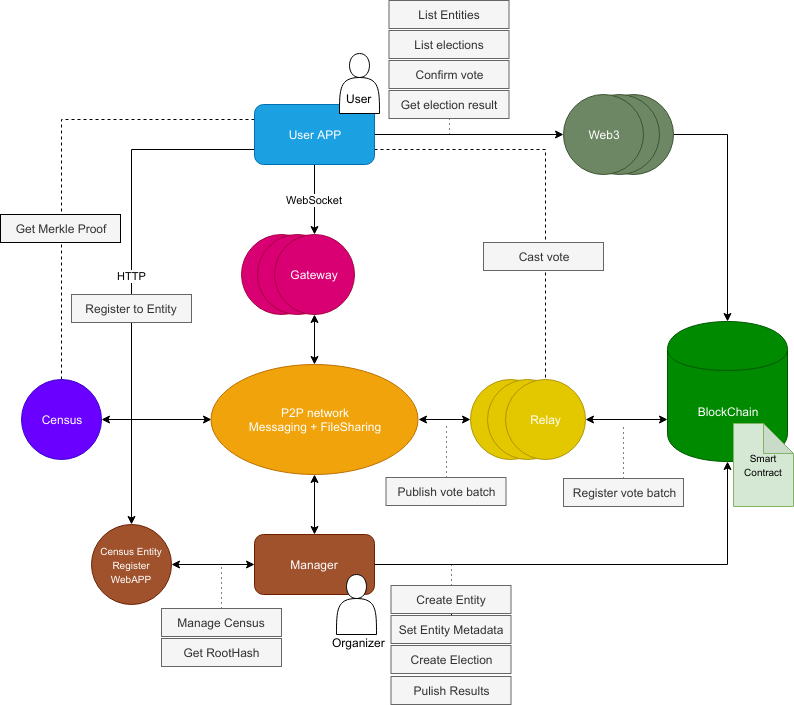
Before: docs/architecture/architecture-main.png, a diagram exported from draw.io (vocdoni/docs). Source tidied: cells renumbered, new cells last; positions are measured from the earlier drawing's top-left corner, leaving out a move shared by most shapes.
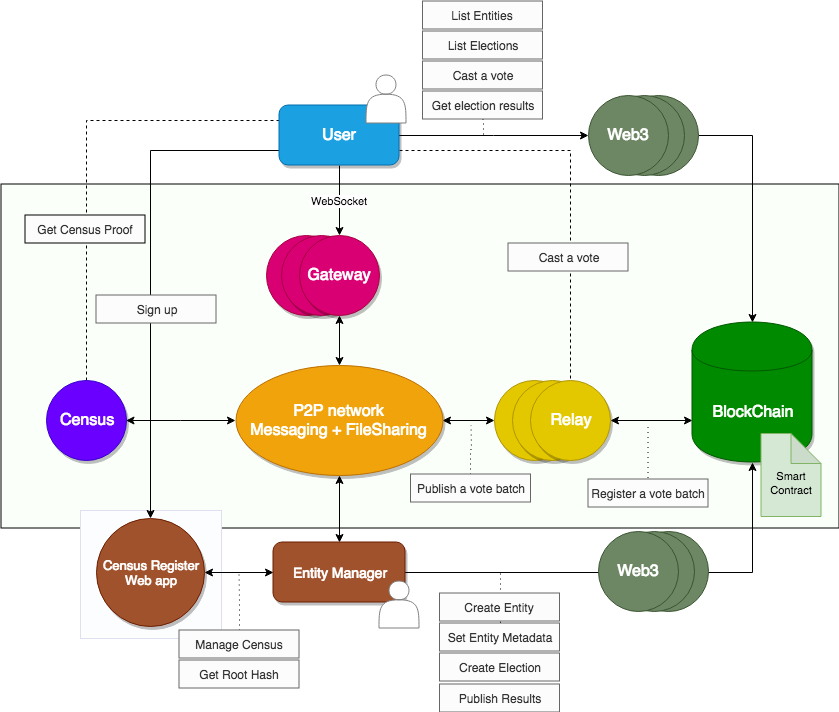
After the commit.

Commit message:
Improve the architecture diagram

Diff of the diagram source:
```diff
@@ -4,2 +4,8 @@
     <mxCell id="1" parent="0" />
+    <mxCell id="56" style="rounded=0;whiteSpace=wrap;html=1;fillColor=#FBFFFA;" parent="1" vertex="1">
+      <mxGeometry x="12.5" y="330.5" width="838" height="344" as="geometry" />
+    </mxCell>
+    <mxCell id="57" style="rounded=0;whiteSpace=wrap;html=1;fillColor=#FCFDFF;strokeColor=#DFDFF0;" parent="1" vertex="1">
+      <mxGeometry x="92" y="657" width="141" height="128" as="geometry" />
+    </mxCell>
     <mxCell id="2" style="edgeStyle=orthogonalEdgeStyle;rounded=0;jettySize=auto;html=1;exitX=1;exitY=0.5;exitDx=0;exitDy=0;entryX=0.5;entryY=0;entryDx=0;entryDy=0;startArrow=none;startFill=0;endArrow=classic;endFill=1;" parent="1" edge="1" source="3" target="25">
@@ -8,6 +14,6 @@
     <mxCell id="3" style="ellipse;whiteSpace=wrap;html=1;fillColor=#6d8764;strokeColor=#3A5431;fontColor=#ffffff;" parent="1" vertex="1">
-      <mxGeometry x="593" y="94" width="80" height="80" as="geometry" />
+      <mxGeometry x="629.5" y="241.5" width="80" height="80" as="geometry" />
     </mxCell>
     <mxCell id="4" style="ellipse;whiteSpace=wrap;html=1;fillColor=#6d8764;strokeColor=#3A5431;fontColor=#ffffff;" parent="1" vertex="1">
-      <mxGeometry x="579" y="94" width="80" height="80" as="geometry" />
+      <mxGeometry x="615.5" y="241.5" width="80" height="80" as="geometry" />
     </mxCell>
@@ -16,13 +22,13 @@
     </mxCell>
-    <mxCell id="6" style="ellipse;whiteSpace=wrap;html=1;fillColor=#e3c800;strokeColor=#B09500;fontColor=#ffffff;" parent="1" vertex="1">
-      <mxGeometry x="469.5" y="379" width="80" height="80" as="geometry" />
+    <mxCell id="6" style="ellipse;whiteSpace=wrap;html=1;fillColor=#e3c800;strokeColor=#B09500;fontColor=#ffffff;shadow=1;" parent="1" vertex="1">
+      <mxGeometry x="506" y="526.5" width="80" height="80" as="geometry" />
     </mxCell>
-    <mxCell id="7" style="ellipse;whiteSpace=wrap;html=1;fillColor=#e3c800;strokeColor=#B09500;fontColor=#ffffff;" parent="1" vertex="1">
-      <mxGeometry x="487" y="379" width="80" height="80" as="geometry" />
+    <mxCell id="7" style="ellipse;whiteSpace=wrap;html=1;fillColor=#e3c800;strokeColor=#B09500;fontColor=#ffffff;shadow=1;" parent="1" vertex="1">
+      <mxGeometry x="523.5" y="526.5" width="80" height="80" as="geometry" />
     </mxCell>
-    <mxCell id="8" style="ellipse;whiteSpace=wrap;html=1;fillColor=#d80073;strokeColor=#A50040;fontColor=#ffffff;" parent="1" vertex="1">
-      <mxGeometry x="241" y="234" width="80" height="80" as="geometry" />
+    <mxCell id="8" style="ellipse;whiteSpace=wrap;html=1;fillColor=#d80073;strokeColor=#A50040;fontColor=#ffffff;shadow=1;" parent="1" vertex="1">
+      <mxGeometry x="277.5" y="381.5" width="80" height="80" as="geometry" />
     </mxCell>
-    <mxCell id="9" style="ellipse;whiteSpace=wrap;html=1;fillColor=#d80073;strokeColor=#A50040;fontColor=#ffffff;" parent="1" vertex="1">
-      <mxGeometry x="257" y="234" width="80" height="80" as="geometry" />
+    <mxCell id="9" style="ellipse;whiteSpace=wrap;html=1;fillColor=#d80073;strokeColor=#A50040;fontColor=#ffffff;shadow=1;" parent="1" vertex="1">
+      <mxGeometry x="292.5" y="381.5" width="80" height="80" as="geometry" />
     </mxCell>
@@ -34,3 +40,3 @@
     </mxCell>
-    <mxCell id="12" value="HTTP" style="edgeStyle=orthogonalEdgeStyle;rounded=0;jettySize=auto;html=1;exitX=0;exitY=0.75;exitDx=0;exitDy=0;entryX=0.5;entryY=0;entryDx=0;entryDy=0;" parent="1" edge="1" source="15" target="31">
+    <mxCell id="12" style="edgeStyle=orthogonalEdgeStyle;rounded=0;jettySize=auto;html=1;exitX=0;exitY=0.75;exitDx=0;exitDy=0;entryX=0.5;entryY=0;entryDx=0;entryDy=0;" parent="1" edge="1" source="15" target="31">
       <mxGeometry relative="1" as="geometry" />
@@ -43,4 +49,4 @@
     </mxCell>
-    <mxCell id="15" value="User APP" style="rounded=1;whiteSpace=wrap;html=1;fillColor=#1ba1e2;strokeColor=#006EAF;fontColor=#ffffff;" parent="1" vertex="1">
-      <mxGeometry x="254" y="104" width="120" height="60" as="geometry" />
+    <mxCell id="15" value="&lt;font style=&quot;font-size: 16px&quot;&gt;User&lt;/font&gt;" style="rounded=1;whiteSpace=wrap;html=1;fillColor=#1ba1e2;strokeColor=#006EAF;fontColor=#ffffff;shadow=1;" parent="1" vertex="1">
+      <mxGeometry x="290.5" y="251.5" width="120" height="60" as="geometry" />
     </mxCell>
@@ -49,4 +55,4 @@
     </mxCell>
-    <mxCell id="17" value="Census" style="ellipse;whiteSpace=wrap;html=1;fillColor=#6a00ff;strokeColor=#3700CC;fontColor=#ffffff;" parent="1" vertex="1">
-      <mxGeometry x="21" y="379" width="80" height="80" as="geometry" />
+    <mxCell id="17" value="&lt;font style=&quot;font-size: 16px&quot;&gt;Census&lt;/font&gt;" style="ellipse;whiteSpace=wrap;html=1;fillColor=#6a00ff;strokeColor=#3700CC;fontColor=#ffffff;shadow=1;" parent="1" vertex="1">
+      <mxGeometry x="57.5" y="526.5" width="80" height="80" as="geometry" />
     </mxCell>
@@ -58,4 +64,4 @@
     </mxCell>
-    <mxCell id="20" value="Manager" style="rounded=1;whiteSpace=wrap;html=1;fillColor=#a0522d;strokeColor=#6D1F00;fontColor=#ffffff;" parent="1" vertex="1">
-      <mxGeometry x="254" y="534" width="120" height="60" as="geometry" />
+    <mxCell id="20" value="&lt;font style=&quot;font-size: 14px&quot;&gt;Entity Manager&lt;/font&gt;" style="rounded=1;whiteSpace=wrap;html=1;fillColor=#a0522d;strokeColor=#6D1F00;fontColor=#ffffff;shadow=1;" parent="1" vertex="1">
+      <mxGeometry x="284.5" y="688.5" width="132" height="60" as="geometry" />
     </mxCell>
@@ -64,4 +70,4 @@
     </mxCell>
-    <mxCell id="22" value="Relay" style="ellipse;whiteSpace=wrap;html=1;fillColor=#e3c800;strokeColor=#B09500;fontColor=#ffffff;" parent="1" vertex="1">
-      <mxGeometry x="505" y="379" width="80" height="80" as="geometry" />
+    <mxCell id="22" value="&lt;font style=&quot;font-size: 16px&quot;&gt;Relay&lt;/font&gt;" style="ellipse;whiteSpace=wrap;html=1;fillColor=#e3c800;strokeColor=#B09500;fontColor=#ffffff;shadow=1;" parent="1" vertex="1">
+      <mxGeometry x="541.5" y="526.5" width="80" height="80" as="geometry" />
     </mxCell>
@@ -70,19 +76,19 @@
     </mxCell>
-    <mxCell id="24" value="Gateway" style="ellipse;whiteSpace=wrap;html=1;fillColor=#d80073;strokeColor=#A50040;fontColor=#ffffff;" parent="1" vertex="1">
-      <mxGeometry x="274" y="234" width="80" height="80" as="geometry" />
+    <mxCell id="24" value="&lt;font style=&quot;font-size: 16px&quot;&gt;Gateway&lt;/font&gt;" style="ellipse;whiteSpace=wrap;html=1;fillColor=#d80073;strokeColor=#A50040;fontColor=#ffffff;shadow=1;" parent="1" vertex="1">
+      <mxGeometry x="310.5" y="381.5" width="80" height="80" as="geometry" />
     </mxCell>
-    <mxCell id="25" value="BlockChain" style="shape=cylinder;whiteSpace=wrap;html=1;boundedLbl=1;backgroundOutline=1;fillColor=#008a00;strokeColor=#005700;fontColor=#ffffff;" parent="1" vertex="1">
-      <mxGeometry x="667" y="321" width="120" height="140" as="geometry" />
+    <mxCell id="25" value="&lt;font style=&quot;font-size: 16px&quot;&gt;BlockChain&lt;/font&gt;" style="shape=cylinder;whiteSpace=wrap;html=1;boundedLbl=1;backgroundOutline=1;fillColor=#008a00;strokeColor=#005700;fontColor=#ffffff;shadow=1;" parent="1" vertex="1">
+      <mxGeometry x="703.5" y="468.5" width="120" height="140" as="geometry" />
     </mxCell>
-    <mxCell id="26" value="P2P network&lt;br&gt;Messaging + FileSharing&lt;br&gt;" style="ellipse;whiteSpace=wrap;html=1;fillColor=#f0a30a;strokeColor=#BD7000;fontColor=#ffffff;" parent="1" vertex="1">
-      <mxGeometry x="210.5" y="364" width="207" height="110" as="geometry" />
+    <mxCell id="26" value="&lt;font style=&quot;font-size: 16px&quot;&gt;P2P network&lt;br&gt;Messaging + FileSharing&lt;/font&gt;&lt;br&gt;" style="ellipse;whiteSpace=wrap;html=1;fillColor=#f0a30a;strokeColor=#BD7000;fontColor=#ffffff;shadow=1;" parent="1" vertex="1">
+      <mxGeometry x="247" y="511.5" width="207" height="110" as="geometry" />
     </mxCell>
-    <mxCell id="27" value="Web3" style="ellipse;whiteSpace=wrap;html=1;fillColor=#6d8764;strokeColor=#3A5431;fontColor=#ffffff;" parent="1" vertex="1">
-      <mxGeometry x="563" y="94" width="80" height="80" as="geometry" />
+    <mxCell id="27" value="&lt;font style=&quot;font-size: 16px&quot;&gt;Web3&lt;/font&gt;" style="ellipse;whiteSpace=wrap;html=1;fillColor=#6d8764;strokeColor=#3A5431;fontColor=#ffffff;" parent="1" vertex="1">
+      <mxGeometry x="599.5" y="241.5" width="80" height="80" as="geometry" />
     </mxCell>
-    <mxCell id="28" value="Get Merkle Proof" style="rounded=0;whiteSpace=wrap;html=1;fillColor=#f5f5f5;strokeColor=#000000;fontColor=#333333;" parent="1" vertex="1">
-      <mxGeometry y="214" width="120" height="28" as="geometry" />
+    <mxCell id="28" value="Get Census Proof" style="rounded=0;whiteSpace=wrap;html=1;fillColor=#FCFCFC;strokeColor=#000000;fontColor=#333333;fontStyle=0;" parent="1" vertex="1">
+      <mxGeometry x="36.5" y="361.5" width="120" height="28" as="geometry" />
     </mxCell>
-    <mxCell id="29" value="Register to Entity" style="rounded=0;whiteSpace=wrap;html=1;fillColor=#f5f5f5;strokeColor=#666666;fontColor=#333333;" parent="1" vertex="1">
-      <mxGeometry x="71" y="294" width="120" height="28" as="geometry" />
+    <mxCell id="29" value="Sign up" style="rounded=0;whiteSpace=wrap;html=1;fillColor=#FCFCFC;strokeColor=#666666;fontColor=#333333;fontStyle=0;" parent="1" vertex="1">
+      <mxGeometry x="107.5" y="441.5" width="120" height="28" as="geometry" />
     </mxCell>
@@ -91,24 +97,18 @@
     </mxCell>
-    <mxCell id="31" value="&lt;font style=&quot;font-size: 10px&quot;&gt;Census Entity Register&lt;br&gt;WebAPP&lt;/font&gt;&lt;br&gt;" style="ellipse;whiteSpace=wrap;html=1;fillColor=#a0522d;strokeColor=#6D1F00;fontColor=#ffffff;" parent="1" vertex="1">
-      <mxGeometry x="91" y="524" width="80" height="80" as="geometry" />
+    <mxCell id="31" value="&lt;font style=&quot;font-size: 13px&quot;&gt;Census Register&lt;br&gt;Web app&lt;/font&gt;&lt;br&gt;" style="ellipse;whiteSpace=wrap;html=1;fillColor=#a0522d;strokeColor=#6D1F00;fontColor=#ffffff;shadow=1;" parent="1" vertex="1">
+      <mxGeometry x="107.5" y="664.5" width="108" height="108" as="geometry" />
     </mxCell>
-    <mxCell id="32" style="shape=actor;whiteSpace=wrap;html=1;strokeColor=#000000;" parent="1" vertex="1">
-      <mxGeometry x="336" y="574" width="40" height="60" as="geometry" />
+    <mxCell id="32" style="shape=actor;whiteSpace=wrap;html=1;strokeColor=#808080;" parent="1" vertex="1">
+      <mxGeometry x="390.5" y="727.5" width="40" height="47" as="geometry" />
     </mxCell>
-    <mxCell id="33" value="Organizer" style="text;html=1;align=left;verticalAlign=top;spacingTop=-4;" parent="1" vertex="1">
-      <mxGeometry x="330" y="633" width="70" height="20" as="geometry" />
-    </mxCell>
-    <mxCell id="34" style="shape=actor;whiteSpace=wrap;html=1;strokeColor=#000000;" parent="1" vertex="1">
-      <mxGeometry x="339" y="53" width="40" height="60" as="geometry" />
+    <mxCell id="34" style="shape=actor;whiteSpace=wrap;html=1;strokeColor=#808080;" parent="1" vertex="1">
+      <mxGeometry x="377.5" y="221.5" width="40" height="48" as="geometry" />
     </mxCell>
-    <mxCell id="35" value="User" style="text;html=1;align=left;verticalAlign=top;spacingTop=-4;" parent="1" vertex="1">
-      <mxGeometry x="344" y="89" width="40" height="20" as="geometry" />
-    </mxCell>
     <mxCell id="36" style="edgeStyle=orthogonalEdgeStyle;rounded=0;jettySize=auto;html=1;exitX=0.5;exitY=0;exitDx=0;exitDy=0;startArrow=none;startFill=0;endArrow=none;endFill=0;dashed=1;dashPattern=1 4;" parent="1" edge="1" source="37">
       <mxGeometry relative="1" as="geometry">
-        <mxPoint x="221" y="564" as="targetPoint" />
+        <mxPoint x="250.5" y="718.5" as="targetPoint" />
       </mxGeometry>
     </mxCell>
-    <mxCell id="37" value="Manage Census" style="rounded=0;whiteSpace=wrap;html=1;fillColor=#f5f5f5;strokeColor=#666666;fontColor=#333333;" parent="1" vertex="1">
-      <mxGeometry x="161" y="608" width="120" height="28" as="geometry" />
+    <mxCell id="37" value="Manage Census" style="rounded=0;whiteSpace=wrap;html=1;fillColor=#FCFCFC;strokeColor=#666666;fontColor=#333333;fontStyle=0;" parent="1" vertex="1">
+      <mxGeometry x="190.5" y="776.5" width="120" height="28" as="geometry" />
     </mxCell>
@@ -116,22 +116,22 @@
       <mxGeometry relative="1" as="geometry">
-        <mxPoint x="451" y="594" as="targetPoint" />
+        <mxPoint x="511.5" y="748.5" as="targetPoint" />
       </mxGeometry>
     </mxCell>
-    <mxCell id="39" value="Set Entity Metadata" style="rounded=0;whiteSpace=wrap;html=1;fillColor=#f5f5f5;strokeColor=#666666;fontColor=#333333;" parent="1" vertex="1">
-      <mxGeometry x="390.5" y="615" width="120" height="28" as="geometry" />
+    <mxCell id="39" value="Set Entity Metadata" style="rounded=0;whiteSpace=wrap;html=1;fillColor=#FCFCFC;strokeColor=#666666;fontColor=#333333;fontStyle=0;" parent="1" vertex="1">
+      <mxGeometry x="451" y="769.5" width="120" height="28" as="geometry" />
     </mxCell>
-    <mxCell id="40" value="Create Election" style="rounded=0;whiteSpace=wrap;html=1;fillColor=#f5f5f5;strokeColor=#666666;fontColor=#333333;" parent="1" vertex="1">
-      <mxGeometry x="390.5" y="645" width="120" height="28" as="geometry" />
+    <mxCell id="40" value="Create Election" style="rounded=0;whiteSpace=wrap;html=1;fillColor=#FCFCFC;strokeColor=#666666;fontColor=#333333;fontStyle=0;" parent="1" vertex="1">
+      <mxGeometry x="451" y="799.5" width="120" height="28" as="geometry" />
     </mxCell>
-    <mxCell id="41" value="Pulish Results" style="rounded=0;whiteSpace=wrap;html=1;fillColor=#f5f5f5;strokeColor=#666666;fontColor=#333333;" parent="1" vertex="1">
-      <mxGeometry x="390.5" y="676" width="120" height="28" as="geometry" />
+    <mxCell id="41" value="Publish Results" style="rounded=0;whiteSpace=wrap;html=1;fillColor=#FCFCFC;strokeColor=#666666;fontColor=#333333;fontStyle=0;" parent="1" vertex="1">
+      <mxGeometry x="451" y="830.5" width="120" height="28" as="geometry" />
     </mxCell>
-    <mxCell id="42" value="List Entities" style="rounded=0;whiteSpace=wrap;html=1;fillColor=#f5f5f5;strokeColor=#666666;fontColor=#333333;" parent="1" vertex="1">
-      <mxGeometry x="388.5" width="120" height="28" as="geometry" />
+    <mxCell id="42" value="List Entities" style="rounded=0;whiteSpace=wrap;html=1;fillColor=#FCFCFC;strokeColor=#666666;fontColor=#333333;fontStyle=0;" parent="1" vertex="1">
+      <mxGeometry x="434" y="147.5" width="120" height="28" as="geometry" />
     </mxCell>
-    <mxCell id="43" value="List elections" style="rounded=0;whiteSpace=wrap;html=1;fillColor=#f5f5f5;strokeColor=#666666;fontColor=#333333;" parent="1" vertex="1">
-      <mxGeometry x="388.5" y="30" width="120" height="28" as="geometry" />
+    <mxCell id="43" value="List Elections" style="rounded=0;whiteSpace=wrap;html=1;fillColor=#FCFCFC;strokeColor=#666666;fontColor=#333333;fontStyle=0;" parent="1" vertex="1">
+      <mxGeometry x="434" y="177.5" width="120" height="28" as="geometry" />
     </mxCell>
-    <mxCell id="44" value="Confirm vote" style="rounded=0;whiteSpace=wrap;html=1;fillColor=#f5f5f5;strokeColor=#666666;fontColor=#333333;" parent="1" vertex="1">
-      <mxGeometry x="388.5" y="60" width="120" height="28" as="geometry" />
+    <mxCell id="44" value="Cast a vote" style="rounded=0;whiteSpace=wrap;html=1;fillColor=#FCFCFC;strokeColor=#666666;fontColor=#333333;fontStyle=0;" parent="1" vertex="1">
+      <mxGeometry x="434" y="207.5" width="120" height="28" as="geometry" />
     </mxCell>
@@ -139,21 +139,22 @@
       <mxGeometry relative="1" as="geometry">
-        <mxPoint x="449" y="134" as="targetPoint" />
+        <mxPoint x="494.5" y="281.5" as="targetPoint" />
       </mxGeometry>
     </mxCell>
-    <mxCell id="46" value="Get election result" style="rounded=0;whiteSpace=wrap;html=1;fillColor=#f5f5f5;strokeColor=#666666;fontColor=#333333;" parent="1" vertex="1">
-      <mxGeometry x="388.5" y="90" width="120" height="28" as="geometry" />
+    <mxCell id="46" value="Get election results" style="rounded=0;whiteSpace=wrap;html=1;fillColor=#FCFCFC;strokeColor=#666666;fontColor=#333333;fontStyle=0;" parent="1" vertex="1">
+      <mxGeometry x="434" y="237.5" width="120" height="28" as="geometry" />
     </mxCell>
-    <mxCell id="47" value="Cast vote" style="rounded=0;whiteSpace=wrap;html=1;fillColor=#f5f5f5;strokeColor=#666666;fontColor=#333333;" parent="1" vertex="1">
-      <mxGeometry x="483" y="242" width="120" height="28" as="geometry" />
+    <mxCell id="47" value="Cast a vote" style="rounded=0;whiteSpace=wrap;html=1;fillColor=#FCFCFC;strokeColor=#666666;fontColor=#333333;fontStyle=0;" parent="1" vertex="1">
+      <mxGeometry x="519.5" y="389.5" width="120" height="28" as="geometry" />
     </mxCell>
-    <mxCell id="48" value="Get RootHash" style="rounded=0;whiteSpace=wrap;html=1;fillColor=#f5f5f5;strokeColor=#666666;fontColor=#333333;" parent="1" vertex="1">
-      <mxGeometry x="161" y="638" width="120" height="28" as="geometry" />
+    <mxCell id="48" value="Get Root Hash" style="rounded=0;whiteSpace=wrap;html=1;fillColor=#FCFCFC;strokeColor=#666666;fontColor=#333333;fontStyle=0;" parent="1" vertex="1">
+      <mxGeometry x="190.5" y="806.5" width="120" height="28" as="geometry" />
     </mxCell>
-    <mxCell id="49" style="edgeStyle=orthogonalEdgeStyle;rounded=0;jettySize=auto;html=1;exitX=0.5;exitY=0;exitDx=0;exitDy=0;dashed=1;startArrow=none;startFill=0;endArrow=none;endFill=0;dashPattern=1 4;" parent="1" edge="1" source="50">
+    <mxCell id="49" style="edgeStyle=orthogonalEdgeStyle;rounded=0;orthogonalLoop=1;jettySize=auto;html=1;exitX=0.5;exitY=0;exitDx=0;exitDy=0;dashed=1;startArrow=none;startFill=0;endArrow=none;endFill=0;dashPattern=1 4;" parent="1" edge="1">
       <mxGeometry relative="1" as="geometry">
-        <mxPoint x="623" y="424" as="targetPoint" />
+        <mxPoint x="659.5" y="624.5" as="sourcePoint" />
+        <mxPoint x="659.5" y="570.5" as="targetPoint" />
       </mxGeometry>
     </mxCell>
-    <mxCell id="50" value="Register vote batch" style="rounded=0;whiteSpace=wrap;html=1;fillColor=#f5f5f5;strokeColor=#666666;fontColor=#333333;" parent="1" vertex="1">
-      <mxGeometry x="563" y="478" width="120" height="28" as="geometry" />
+    <mxCell id="50" value="Register a vote batch" style="rounded=0;whiteSpace=wrap;html=1;fillColor=#FCFCFC;strokeColor=#666666;fontColor=#333333;fontStyle=0;" parent="1" vertex="1">
+      <mxGeometry x="599.5" y="625.5" width="120" height="28" as="geometry" />
     </mxCell>
@@ -161,7 +162,7 @@
       <mxGeometry relative="1" as="geometry">
-        <mxPoint x="446" y="424" as="targetPoint" />
+        <mxPoint x="482.5" y="571.5" as="targetPoint" />
       </mxGeometry>
     </mxCell>
-    <mxCell id="52" value="Publish vote batch" style="rounded=0;whiteSpace=wrap;html=1;fillColor=#f5f5f5;strokeColor=#666666;fontColor=#333333;" parent="1" vertex="1">
-      <mxGeometry x="385.5" y="477" width="120" height="28" as="geometry" />
+    <mxCell id="52" value="Publish a vote batch" style="rounded=0;whiteSpace=wrap;html=1;fillColor=#FCFCFC;strokeColor=#666666;fontColor=#333333;fontStyle=0;" parent="1" vertex="1">
+      <mxGeometry x="422" y="620.5" width="120" height="28" as="geometry" />
     </mxCell>
@@ -169,11 +170,20 @@
       <mxGeometry relative="1" as="geometry">
-        <mxPoint x="451" y="564" as="targetPoint" />
+        <mxPoint x="511.5" y="718.5" as="targetPoint" />
       </mxGeometry>
     </mxCell>
-    <mxCell id="54" value="Create Entity" style="rounded=0;whiteSpace=wrap;html=1;fillColor=#f5f5f5;strokeColor=#666666;fontColor=#333333;" parent="1" vertex="1">
-      <mxGeometry x="390.5" y="585" width="120" height="28" as="geometry" />
+    <mxCell id="54" value="Create Entity" style="rounded=0;whiteSpace=wrap;html=1;fillColor=#FCFCFC;strokeColor=#666666;fontColor=#333333;fontStyle=0;" parent="1" vertex="1">
+      <mxGeometry x="451" y="739.5" width="120" height="28" as="geometry" />
     </mxCell>
-    <mxCell id="55" value="&lt;font style=&quot;font-size: 10px&quot;&gt;Smart Contract&lt;/font&gt;" style="shape=note;whiteSpace=wrap;html=1;backgroundOutline=1;darkOpacity=0.05;strokeColor=#82b366;fillColor=#d5e8d4;" parent="1" vertex="1">
-      <mxGeometry x="733" y="423" width="60" height="83" as="geometry" />
+    <mxCell id="55" value="&lt;font&gt;&lt;br&gt;&lt;font style=&quot;font-size: 11px&quot;&gt;Smart Contract&lt;/font&gt;&lt;/font&gt;" style="shape=note;whiteSpace=wrap;html=1;backgroundOutline=1;darkOpacity=0.05;strokeColor=#82b366;fillColor=#d5e8d4;" parent="1" vertex="1">
+      <mxGeometry x="772.5" y="580" width="60" height="83" as="geometry" />
     </mxCell>
+    <mxCell id="58" style="ellipse;whiteSpace=wrap;html=1;fillColor=#6d8764;strokeColor=#3A5431;fontColor=#ffffff;" parent="1" vertex="1">
+      <mxGeometry x="639.5" y="677.5" width="80" height="80" as="geometry" />
+    </mxCell>
+    <mxCell id="59" style="ellipse;whiteSpace=wrap;html=1;fillColor=#6d8764;strokeColor=#3A5431;fontColor=#ffffff;" parent="1" vertex="1">
+      <mxGeometry x="625.5" y="677.5" width="80" height="80" as="geometry" />
+    </mxCell>
+    <mxCell id="60" value="&lt;font style=&quot;font-size: 16px&quot;&gt;Web3&lt;/font&gt;" style="ellipse;whiteSpace=wrap;html=1;fillColor=#6d8764;strokeColor=#3A5431;fontColor=#ffffff;" parent="1" vertex="1">
+      <mxGeometry x="609.5" y="677.5" width="80" height="80" as="geometry" />
+    </mxCell>
   </root>
```
